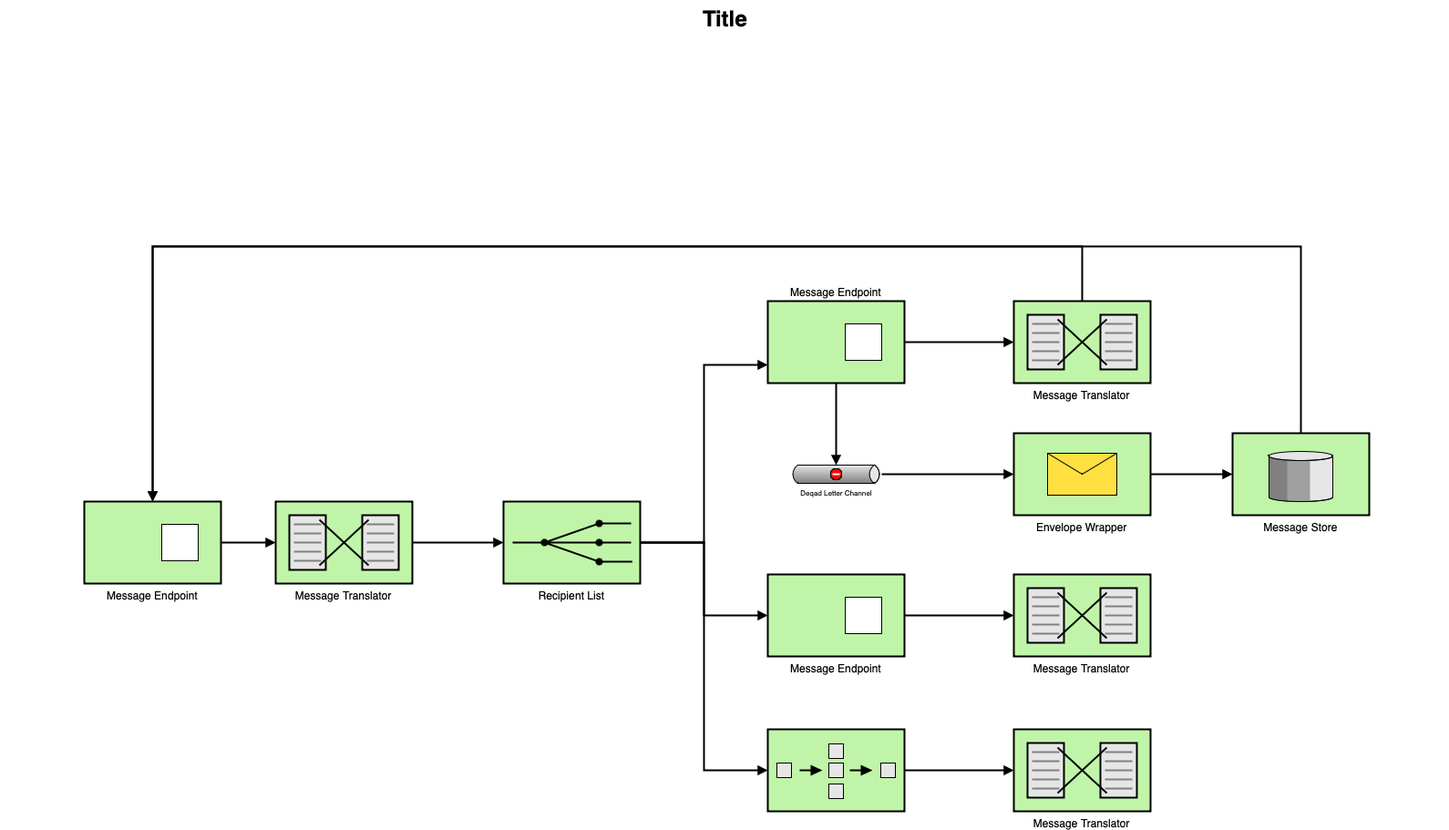
The draw.io diagram BeanHub_Architecture.drawio.png in Ibrahim-Haroon/BeanHub, before a commit. Source tidied: cells renumbered, new cells last; positions are measured from the earlier drawing's top-left corner, leaving out a move shared by most shapes.
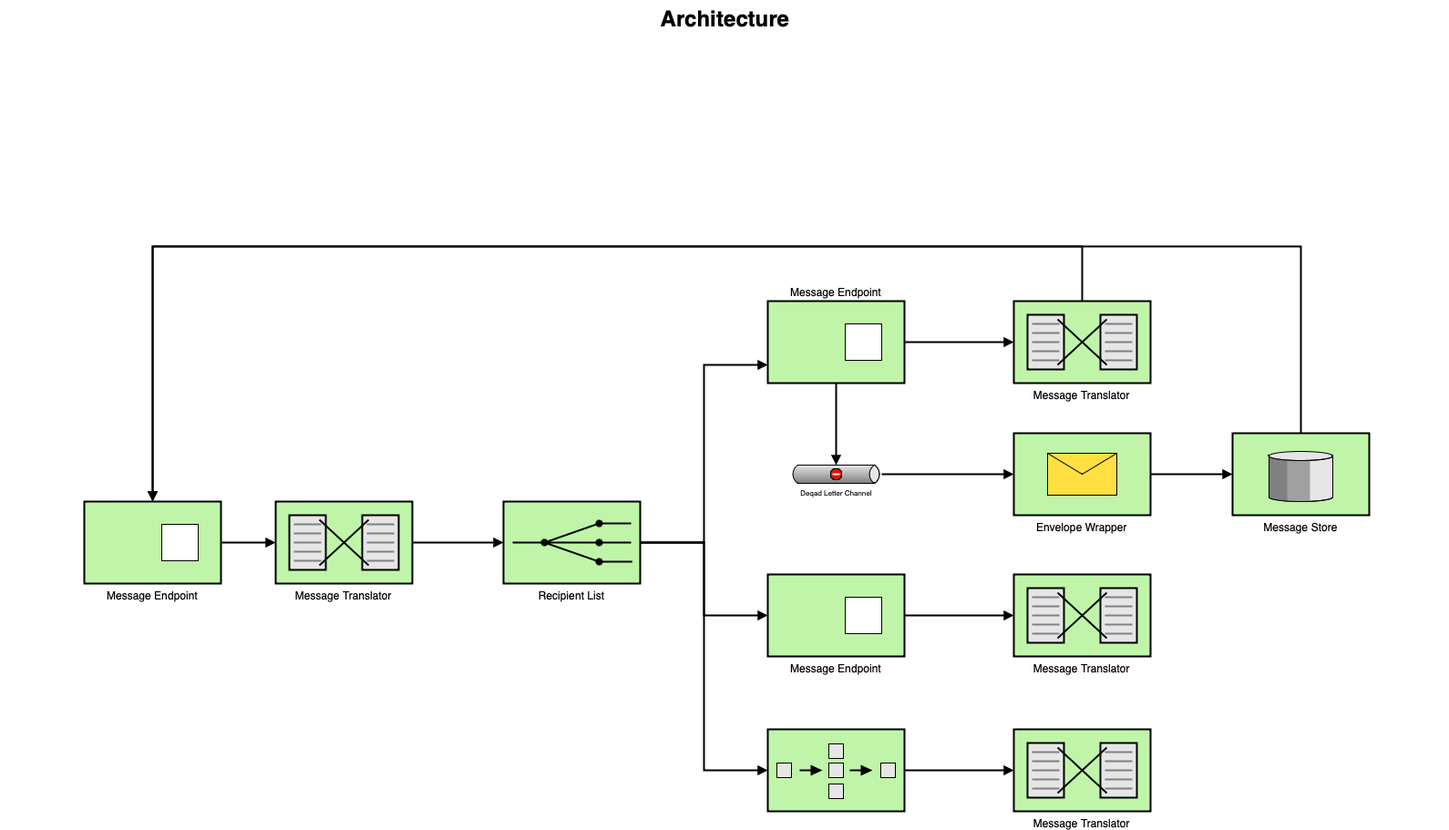
The same diagram one commit later.

What changed in the source:
```diff
@@ -106,7 +106,7 @@
     <mxCell id="29" value="Message Translator" style="strokeWidth=2;dashed=0;align=center;fontSize=12;shape=mxgraph.eip.message_translator;fillColor=#c0f5a9;verticalLabelPosition=bottom;verticalAlign=top;" parent="1" vertex="1">
       <mxGeometry x="1112" y="800" width="150" height="90" as="geometry" />
     </mxCell>
-    <mxCell id="30" value="Title" style="text;strokeColor=none;fillColor=none;html=1;fontSize=24;fontStyle=1;verticalAlign=middle;align=center;" parent="1" vertex="1">
+    <mxCell id="30" value="Architecture" style="text;strokeColor=none;fillColor=none;html=1;fontSize=24;fontStyle=1;verticalAlign=middle;align=center;" parent="1" vertex="1">
       <mxGeometry width="1590" height="40" as="geometry" />
     </mxCell>
   </root>
```
